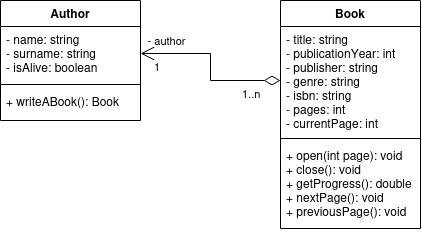
Earlier version of the draw.io export 07-AggregationAndComposition/7 8/Book Author diagram.png (konradkubczyk/pp3). Source tidied: cells renumbered, new cells last; positions are measured from the earlier drawing's top-left corner, leaving out a move shared by most shapes.
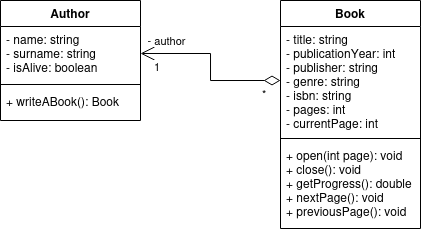
After the change.

Commit message:
Multiplicity correction

Change to the diagram source:
```diff
@@ -29,9 +29,9 @@
     <mxCell id="10" value="&lt;div&gt;- author&lt;br&gt;&lt;/div&gt;" style="endArrow=open;html=1;endSize=12;startArrow=diamondThin;startSize=14;startFill=0;edgeStyle=orthogonalEdgeStyle;rounded=0;sourcePerimeterSpacing=0;targetPerimeterSpacing=0;exitX=0;exitY=0.5;exitDx=0;exitDy=0;entryX=1;entryY=0.5;entryDx=0;entryDy=0;" parent="1" edge="1" source="7" target="3">
       <mxGeometry x="0.69" y="-13" relative="1" as="geometry" />
     </mxCell>
-    <mxCell id="11" value="1..n" style="edgeLabel;html=1;align=left;verticalAlign=top;" parent="10" vertex="1">
+    <mxCell id="11" value="&lt;div&gt;*&lt;/div&gt;" style="edgeLabel;html=1;align=left;verticalAlign=top;" parent="10" vertex="1">
       <mxGeometry x="-1" relative="1" as="geometry">
-        <mxPoint x="-40" as="offset" />
+        <mxPoint x="-20" as="offset" />
       </mxGeometry>
     </mxCell>
     <mxCell id="12" value="1" style="edgeLabel;html=1;align=right;verticalAlign=top;" parent="10" vertex="1">
```
